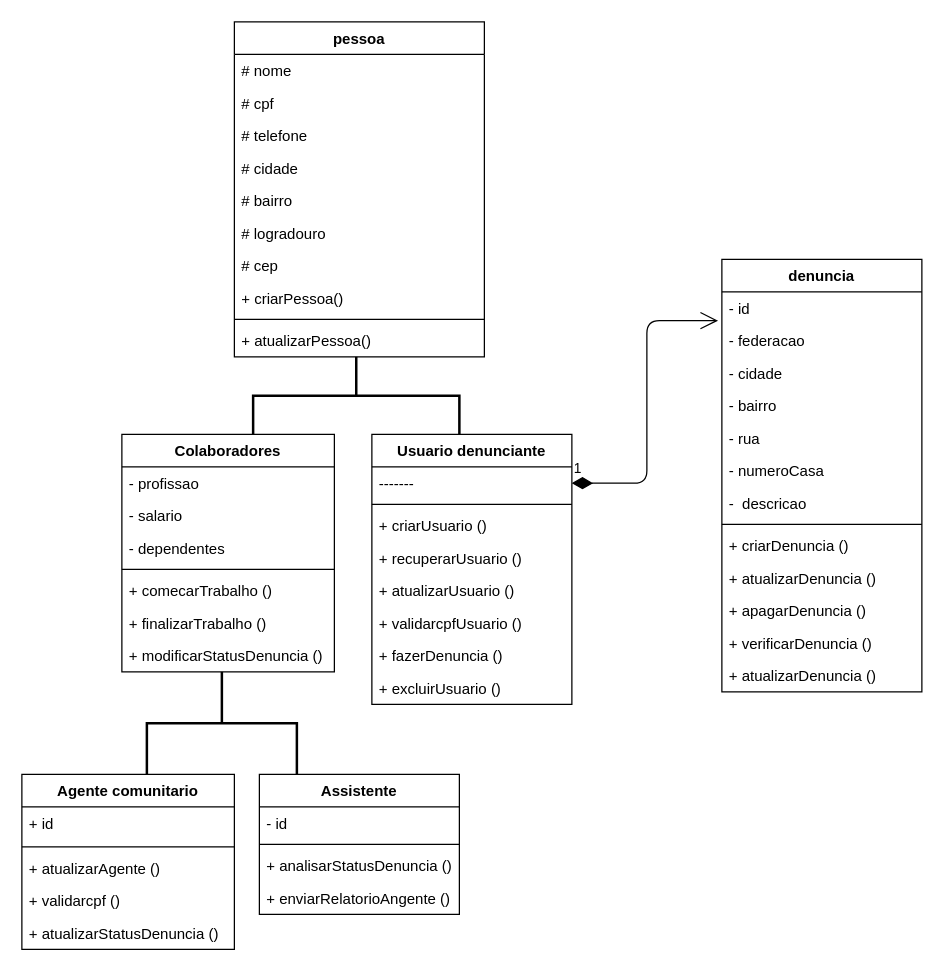
Earlier version of the draw.io diagram DiagramaDeClasses.drawio (Jefferson-sudo/Producao-textual-individual-3-semestre-Unopar). Source tidied: cells renumbered, new cells numbered last; positions are measured from the earlier drawing's top-left corner, leaving out a move shared by most shapes. Both pictures are drawn from the tidied source at 125%, with x=0, y=0 at pixel (21, 21).
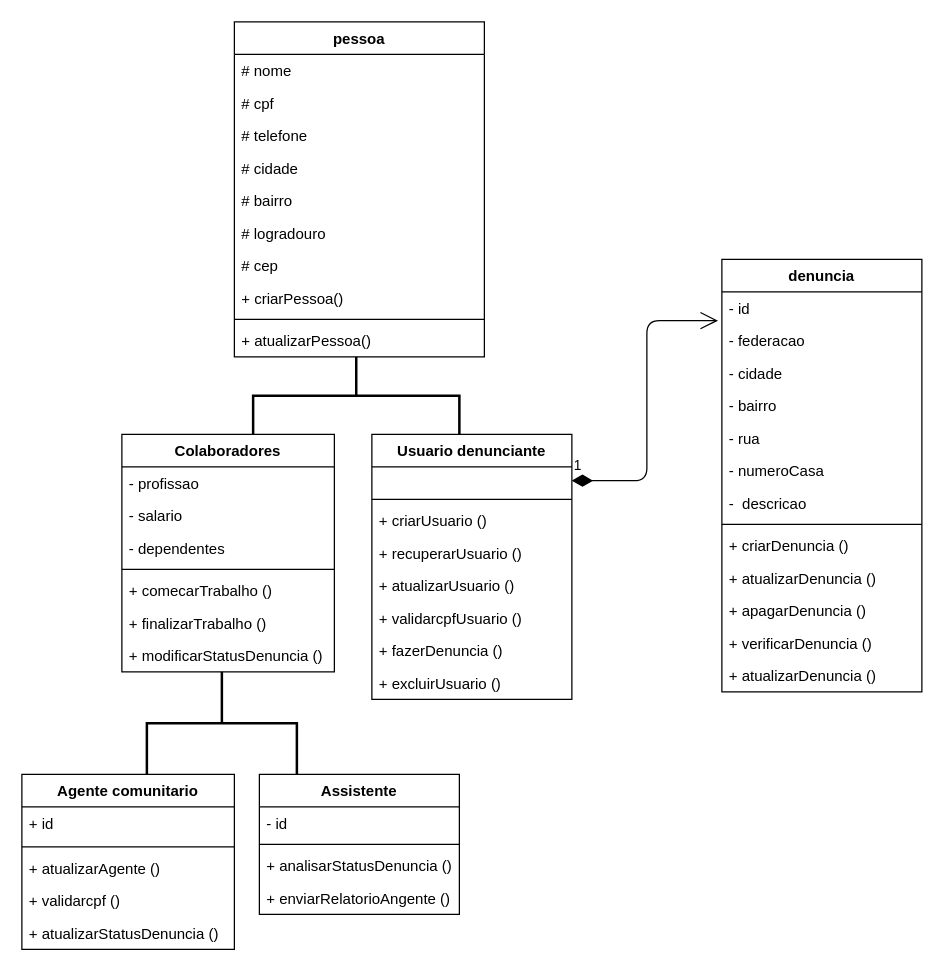
The same diagram, later.

Diff of the diagram source:
```diff
@@
     <mxCell id="38" value="Usuario denunciante" style="swimlane;fontStyle=1;align=center;verticalAlign=top;horizontal=1;startSize=26;" parent="1" vertex="1">
-      <mxGeometry x="280" y="330" width="160" height="216" as="geometry" />
+      <mxGeometry x="280" y="330" width="160" height="212" as="geometry" />
     </mxCell>
-    <mxCell id="39" value="-------" style="text;strokeColor=none;fillColor=none;align=left;verticalAlign=top;spacingLeft=4;spacingRight=4;overflow=hidden;points=[[0,0.5],[1,0.5]];portConstraint=eastwest;" parent="38" vertex="1">
-      <mxGeometry y="26" width="160" height="26" as="geometry" />
+    <mxCell id="39" value="   " style="text;strokeColor=none;fillColor=none;align=left;verticalAlign=top;spacingLeft=4;spacingRight=4;overflow=hidden;points=[[0,0.5],[1,0.5]];portConstraint=eastwest;" parent="38" vertex="1">
+      <mxGeometry y="26" width="160" height="22" as="geometry" />
     </mxCell>
     <mxCell id="40" style="line;strokeWidth=1;fillColor=none;align=left;verticalAlign=middle;spacingTop=-1;spacingLeft=3;spacingRight=3;labelPosition=right;" parent="38" vertex="1">
-      <mxGeometry y="52" width="160" height="8" as="geometry" />
+      <mxGeometry y="48" width="160" height="8" as="geometry" />
     </mxCell>
     <mxCell id="41" value="+ criarUsuario ()" style="text;strokeColor=none;fillColor=none;align=left;verticalAlign=top;spacingLeft=4;spacingRight=4;overflow=hidden;" parent="38" vertex="1">
-      <mxGeometry y="60" width="160" height="26" as="geometry" />
+      <mxGeometry y="56" width="160" height="26" as="geometry" />
     </mxCell>
     <mxCell id="42" value="+ recuperarUsuario ()" style="text;strokeColor=none;fillColor=none;align=left;verticalAlign=top;spacingLeft=4;spacingRight=4;overflow=hidden;" parent="38" vertex="1">
-      <mxGeometry y="86" width="160" height="26" as="geometry" />
+      <mxGeometry y="82" width="160" height="26" as="geometry" />
     </mxCell>
     <mxCell id="43" value="+ atualizarUsuario ()" style="text;strokeColor=none;fillColor=none;align=left;verticalAlign=top;spacingLeft=4;spacingRight=4;overflow=hidden;" parent="38" vertex="1">
-      <mxGeometry y="112" width="160" height="26" as="geometry" />
+      <mxGeometry y="108" width="160" height="26" as="geometry" />
     </mxCell>
     <mxCell id="44" value="+ validarcpfUsuario ()" style="text;strokeColor=none;fillColor=none;align=left;verticalAlign=top;spacingLeft=4;spacingRight=4;overflow=hidden;" parent="38" vertex="1">
-      <mxGeometry y="138" width="160" height="26" as="geometry" />
+      <mxGeometry y="134" width="160" height="26" as="geometry" />
     </mxCell>
     <mxCell id="45" value="+ fazerDenuncia ()" style="text;strokeColor=none;fillColor=none;align=left;verticalAlign=top;spacingLeft=4;spacingRight=4;overflow=hidden;" parent="38" vertex="1">
-      <mxGeometry y="164" width="160" height="26" as="geometry" />
+      <mxGeometry y="160" width="160" height="26" as="geometry" />
     </mxCell>
     <mxCell id="46" value="+ excluirUsuario ()" style="text;strokeColor=none;fillColor=none;align=left;verticalAlign=top;spacingLeft=4;spacingRight=4;overflow=hidden;" parent="38" vertex="1">
-      <mxGeometry y="190" width="160" height="26" as="geometry" />
+      <mxGeometry y="186" width="160" height="26" as="geometry" />
     </mxCell>
```
